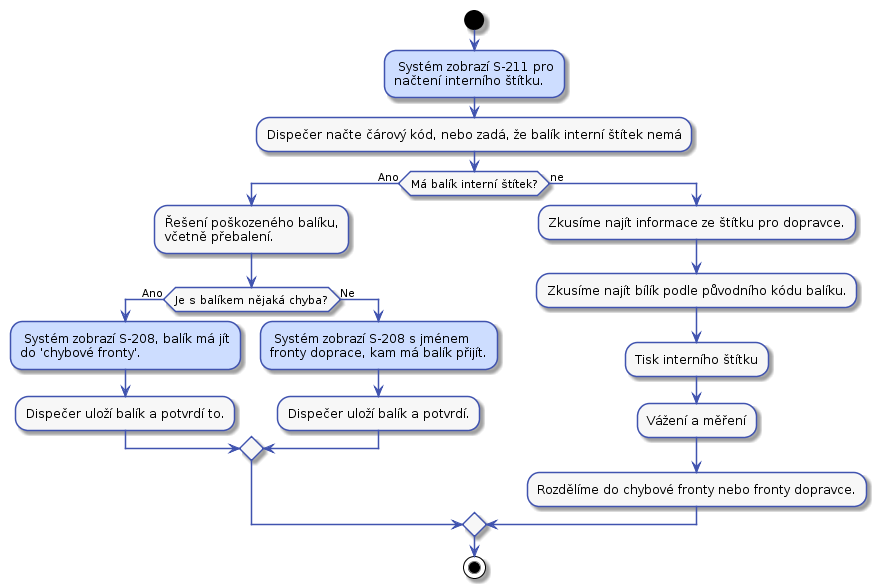
This is docs/diagrams/out/uc-26-activity.png from Internet-Handel/postman, a PlantUML export, as it was before one commit.
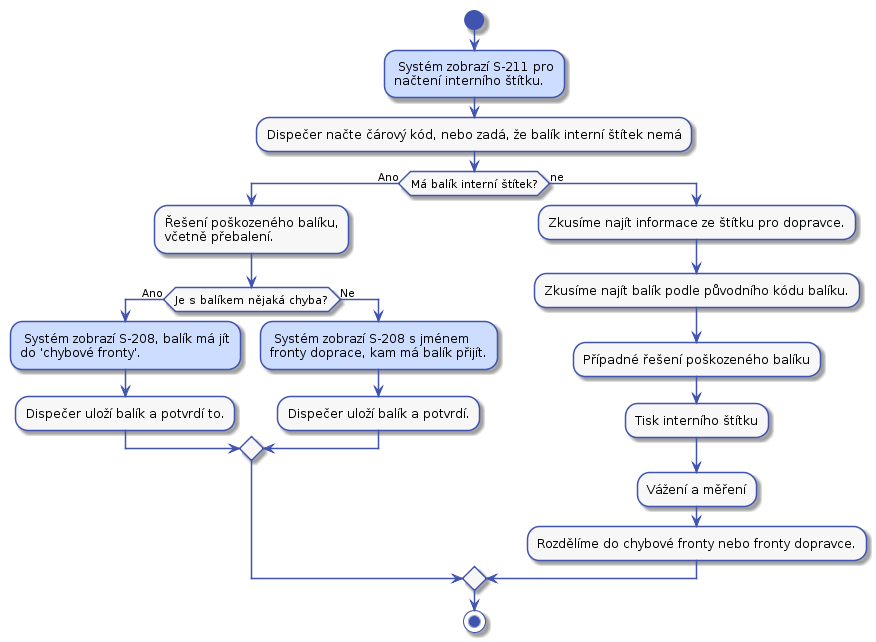
After the commit.

Diff of the diagram source:
```diff
@@ -7,6 +7,8 @@
     ArrowColor #4053AF
     FontName Roboto
     BackgroundColor #F7F7F7
+    StartColor #4053AF
+    EndColor #4053AF
 }
 
 skinparam activityDiamond {
@@ -42,6 +44,11 @@
     ParticipantBackgroundColor #F7F7F7
 }
 
+skinparam note {
+    BorderColor #4053AF
+    BackgroundColor #F7F7F7
+}
+
 
 start
 
@@ -63,7 +70,8 @@
     endif
 else (ne)
     :Zkusíme najít informace ze štítku pro dopravce.;
-    :Zkusíme najít bílík podle původního kódu balíku.;
+    :Zkusíme najít balík podle původního kódu balíku.;
+    :Případné řešení poškozeného balíku;
     :Tisk interního štítku;
     :Vážení a měření;
     :Rozdělíme do chybové fronty nebo fronty dopravce.;
```
